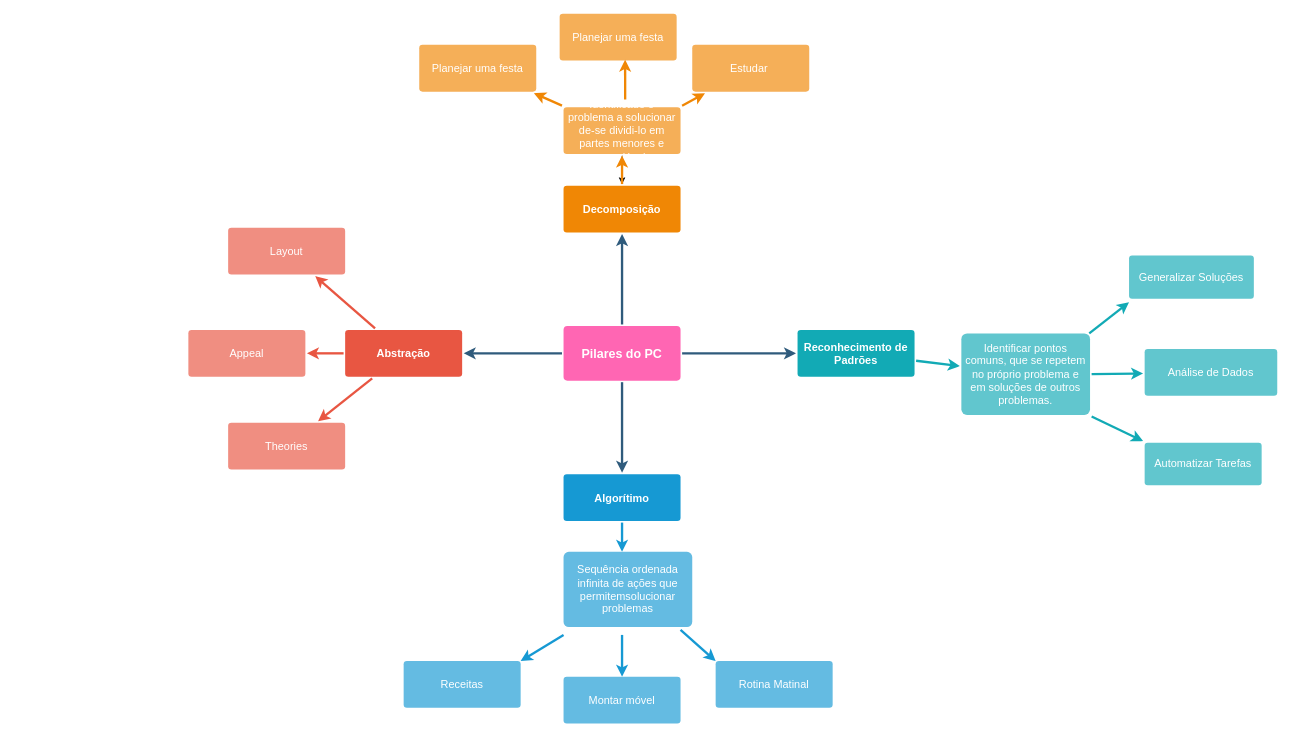
This is mapapilarespc.drawio from RosianeSangali/RosianeSangali, a draw.io file, before an edit. Source tidied: cells renumbered, new cells numbered last; positions are measured from the earlier drawing's top-left corner, leaving out a move shared by most shapes. Both pictures are drawn from the tidied source at 78%, with x=0, y=0 at pixel (188, 13).
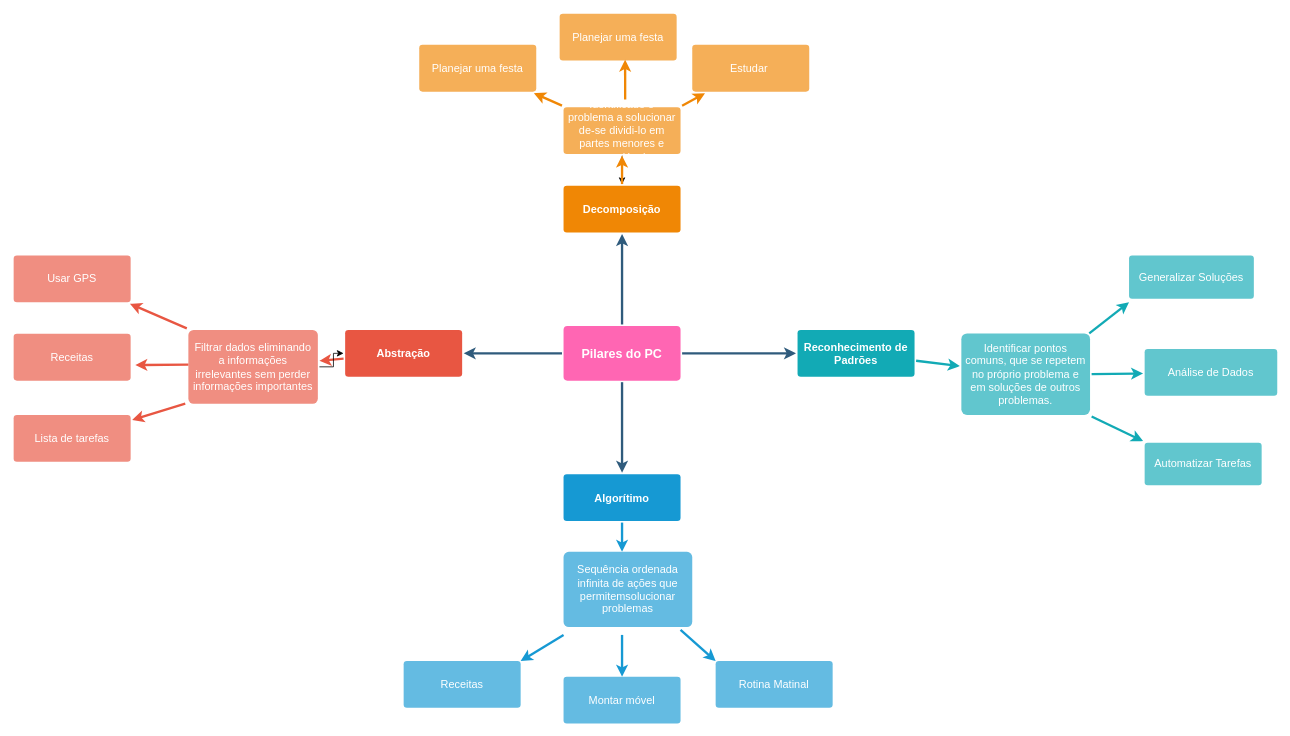
Above is the later version.

The change refers to these unchanged cells:
```xml
<mxCell id="10" value="Abstração" style="rounded=1;whiteSpace=wrap;html=1;shadow=0;labelBackgroundColor=none;strokeColor=none;strokeWidth=3;fillColor=#e85642;fontFamily=Helvetica;fontSize=14;fontColor=#FFFFFF;align=center;spacing=5;fontStyle=1;arcSize=7;perimeterSpacing=2;" parent="1" vertex="1">
  <mxGeometry x="201" y="405.5" width="150" height="60" as="geometry" />
</mxCell>
```

Change to the diagram source:
```diff
@@
-    <mxCell id="7" style="edgeStyle=none;rounded=1;jumpStyle=none;html=1;shadow=0;labelBackgroundColor=none;startArrow=none;startFill=0;jettySize=auto;strokeColor=#E85642;strokeWidth=3;fontFamily=Helvetica;fontSize=14;fontColor=#FFFFFF;spacing=5;fontStyle=1;fillColor=#b0e3e6;" parent="1" edge="1" source="10" target="13">
+    <mxCell id="7" style="edgeStyle=none;rounded=1;jumpStyle=none;html=1;shadow=0;labelBackgroundColor=none;startArrow=none;startFill=0;jettySize=auto;strokeColor=#E85642;strokeWidth=3;fontFamily=Helvetica;fontSize=14;fontColor=#FFFFFF;spacing=5;fontStyle=1;fillColor=#b0e3e6;exitX=0;exitY=0;exitDx=0;exitDy=0;" parent="1" edge="1" source="12" target="13">
       <mxGeometry relative="1" as="geometry" />
     </mxCell>
@@
-    <mxCell id="9" style="edgeStyle=none;rounded=1;jumpStyle=none;html=1;shadow=0;labelBackgroundColor=none;startArrow=none;startFill=0;jettySize=auto;strokeColor=#E85642;strokeWidth=3;fontFamily=Helvetica;fontSize=14;fontColor=#FFFFFF;spacing=5;fontStyle=1;fillColor=#b0e3e6;" parent="1" edge="1" source="10" target="11">
-      <mxGeometry relative="1" as="geometry" />
+    <mxCell id="9" style="edgeStyle=none;rounded=1;jumpStyle=none;html=1;shadow=0;labelBackgroundColor=none;startArrow=none;startFill=0;jettySize=auto;strokeColor=#E85642;strokeWidth=3;fontFamily=Helvetica;fontSize=14;fontColor=#FFFFFF;spacing=5;fontStyle=1;fillColor=#b0e3e6;" parent="1" edge="1" target="11">
+      <mxGeometry relative="1" as="geometry">
+        <mxPoint x="-4" y="500" as="sourcePoint" />
+      </mxGeometry>
     </mxCell>
@@
-    <mxCell id="11" value="Theories" style="rounded=1;whiteSpace=wrap;html=1;shadow=0;labelBackgroundColor=none;strokeColor=none;strokeWidth=3;fillColor=#f08e81;fontFamily=Helvetica;fontSize=14;fontColor=#FFFFFF;align=center;spacing=5;fontStyle=0;arcSize=7;perimeterSpacing=2;" parent="1" vertex="1">
-      <mxGeometry x="51" y="524.5" width="150" height="60" as="geometry" />
+    <mxCell id="11" value="Lista de tarefas" style="rounded=1;whiteSpace=wrap;html=1;shadow=0;labelBackgroundColor=none;strokeColor=none;strokeWidth=3;fillColor=#f08e81;fontFamily=Helvetica;fontSize=14;fontColor=#FFFFFF;align=center;spacing=5;fontStyle=0;arcSize=7;perimeterSpacing=2;" parent="1" vertex="1">
+      <mxGeometry x="-224" y="514.5" width="150" height="60" as="geometry" />
     </mxCell>
+    <mxCell id="42" style="edgeStyle=orthogonalEdgeStyle;rounded=0;jettySize=auto;html=1;" parent="1" edge="1" source="12" target="10">
+      <mxGeometry relative="1" as="geometry" />
+    </mxCell>
-    <mxCell id="12" value="Appeal" style="rounded=1;whiteSpace=wrap;html=1;shadow=0;labelBackgroundColor=none;strokeColor=none;strokeWidth=3;fillColor=#f08e81;fontFamily=Helvetica;fontSize=14;fontColor=#FFFFFF;align=center;spacing=5;fontStyle=0;arcSize=7;perimeterSpacing=2;" parent="1" vertex="1">
-      <mxGeometry y="405.5" width="150" height="60" as="geometry" />
+    <mxCell id="12" value="Filtrar dados eliminando a informações irrelevantes sem perder informações importantes" style="rounded=1;whiteSpace=wrap;html=1;shadow=0;labelBackgroundColor=none;strokeColor=none;strokeWidth=3;fillColor=#f08e81;fontFamily=Helvetica;fontSize=14;fontColor=#FFFFFF;align=center;spacing=5;fontStyle=0;arcSize=7;perimeterSpacing=2;" parent="1" vertex="1">
+      <mxGeometry y="405.5" width="166" height="94.5" as="geometry" />
     </mxCell>
-    <mxCell id="13" value="Layout" style="rounded=1;whiteSpace=wrap;html=1;shadow=0;labelBackgroundColor=none;strokeColor=none;strokeWidth=3;fillColor=#f08e81;fontFamily=Helvetica;fontSize=14;fontColor=#FFFFFF;align=center;spacing=5;fontStyle=0;arcSize=7;perimeterSpacing=2;" parent="1" vertex="1">
-      <mxGeometry x="51" y="274.5" width="150" height="60" as="geometry" />
+    <mxCell id="13" value="Usar GPS" style="rounded=1;whiteSpace=wrap;html=1;shadow=0;labelBackgroundColor=none;strokeColor=none;strokeWidth=3;fillColor=#f08e81;fontFamily=Helvetica;fontSize=14;fontColor=#FFFFFF;align=center;spacing=5;fontStyle=0;arcSize=7;perimeterSpacing=2;" parent="1" vertex="1">
+      <mxGeometry x="-224" y="310" width="150" height="60" as="geometry" />
     </mxCell>
@@
+    <mxCell id="43" value="Receitas" style="rounded=1;whiteSpace=wrap;html=1;shadow=0;labelBackgroundColor=none;strokeColor=none;strokeWidth=3;fillColor=#f08e81;fontFamily=Helvetica;fontSize=14;fontColor=#FFFFFF;align=center;spacing=5;fontStyle=0;arcSize=7;perimeterSpacing=2;" parent="1" vertex="1">
+      <mxGeometry x="-224" y="410.5" width="150" height="60" as="geometry" />
+    </mxCell>
+    <mxCell id="44" style="edgeStyle=none;rounded=1;jumpStyle=none;html=1;shadow=0;labelBackgroundColor=none;startArrow=none;startFill=0;jettySize=auto;orthogonalLoop=1;strokeColor=#E85642;strokeWidth=3;fontFamily=Helvetica;fontSize=14;fontColor=#FFFFFF;spacing=5;fontStyle=1;fillColor=#b0e3e6;entryX=1;entryY=0.75;entryDx=0;entryDy=0;" parent="1" edge="1">
+      <mxGeometry relative="1" as="geometry">
+        <mxPoint y="450" as="sourcePoint" />
+        <mxPoint x="-68" y="450.5" as="targetPoint" />
+      </mxGeometry>
+    </mxCell>
```
